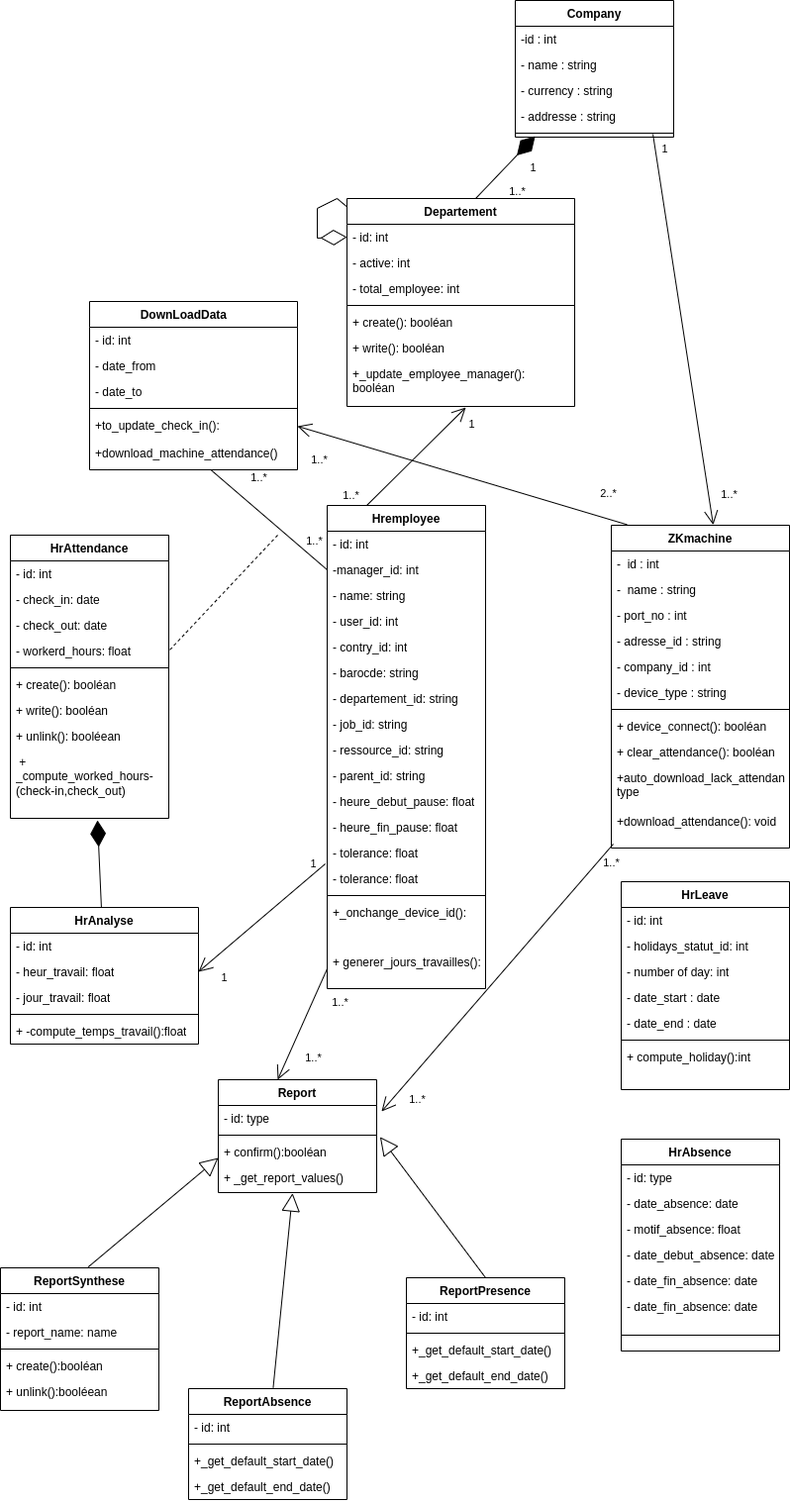
Siluearsene/borne_biometrique keeps this draw.io diagram as static/Diagramme de classe.drawio.png. Above is the earlier version. Source tidied: cells renumbered, new cells last; positions are measured from the earlier drawing's top-left corner, leaving out a move shared by most shapes.
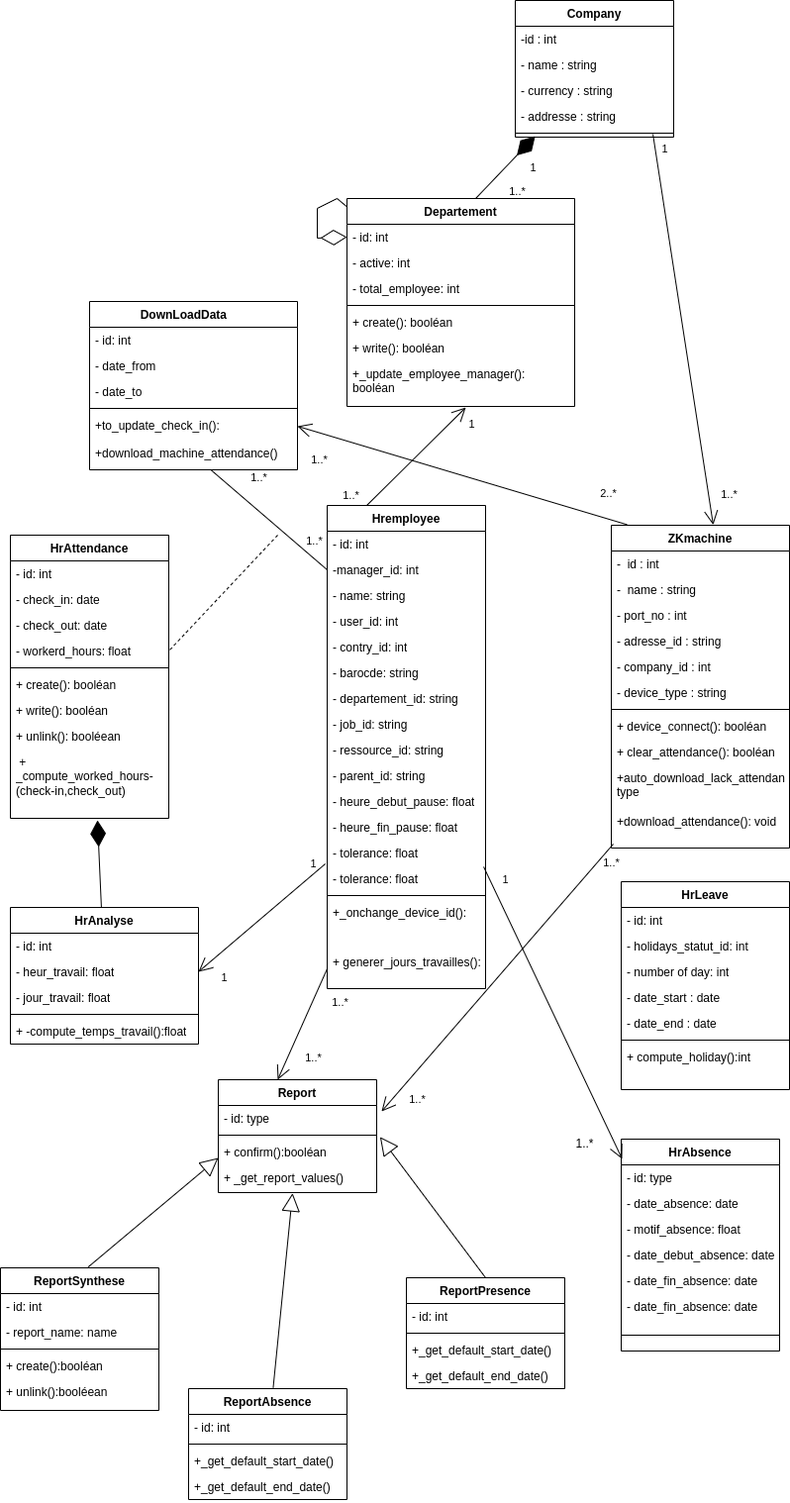
The same file after the commit.

Commit message:
Mettre à jour Diagramme de classe.drawio.png

Change to the diagram source:
```diff
@@ -446,5 +446,16 @@
         <mxPoint x="20" y="7" as="offset" />
       </mxGeometry>
     </mxCell>
+    <mxCell id="136" style="endArrow=open;endFill=1;endSize=12;html=1;rounded=0;entryX=0.006;entryY=-0.231;entryDx=0;entryDy=0;entryPerimeter=0;exitX=0.988;exitY=0.038;exitDx=0;exitDy=0;exitPerimeter=0;" parent="1" edge="1" source="50" target="3">
+      <mxGeometry relative="1" as="geometry" />
+    </mxCell>
+    <mxCell id="137" value="1" style="edgeLabel;html=1;align=center;verticalAlign=middle;" parent="136" vertex="1">
+      <mxGeometry x="-0.87" y="2" relative="1" as="geometry">
+        <mxPoint x="11" y="-6" as="offset" />
+      </mxGeometry>
+    </mxCell>
+    <mxCell id="138" value="1..*" style="text;html=1;align=center;verticalAlign=middle;strokeColor=none;fillColor=none;" parent="1" vertex="1">
+      <mxGeometry x="570" y="1140" width="40" height="30" as="geometry" />
+    </mxCell>
   </root>
 </mxGraphModel>
```
